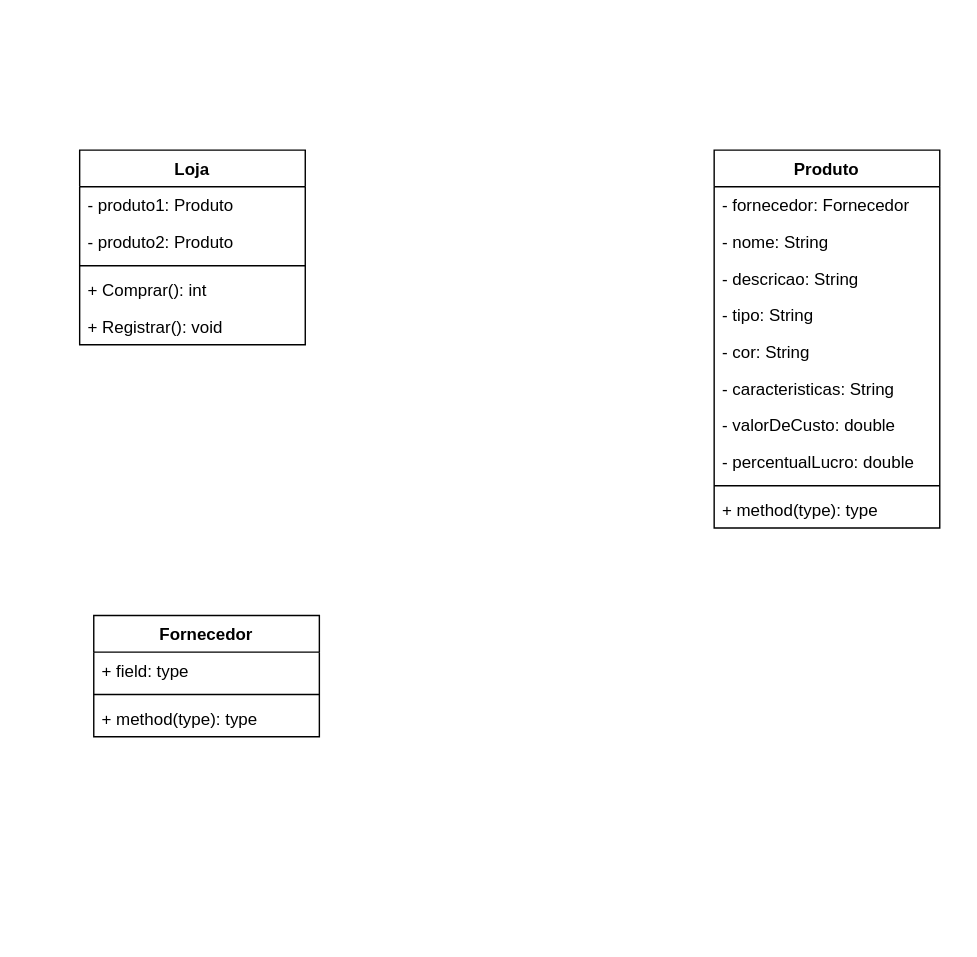
The draw.io diagram PASatv1.drawio in Vitorir/Beecrowd, before the edit. Source tidied: cells renumbered, new cells numbered last; positions are measured from the earlier drawing's top-left corner, leaving out a move shared by most shapes. Both pictures are drawn from the tidied source at 141%, with x=0, y=0 at pixel (79, 149).
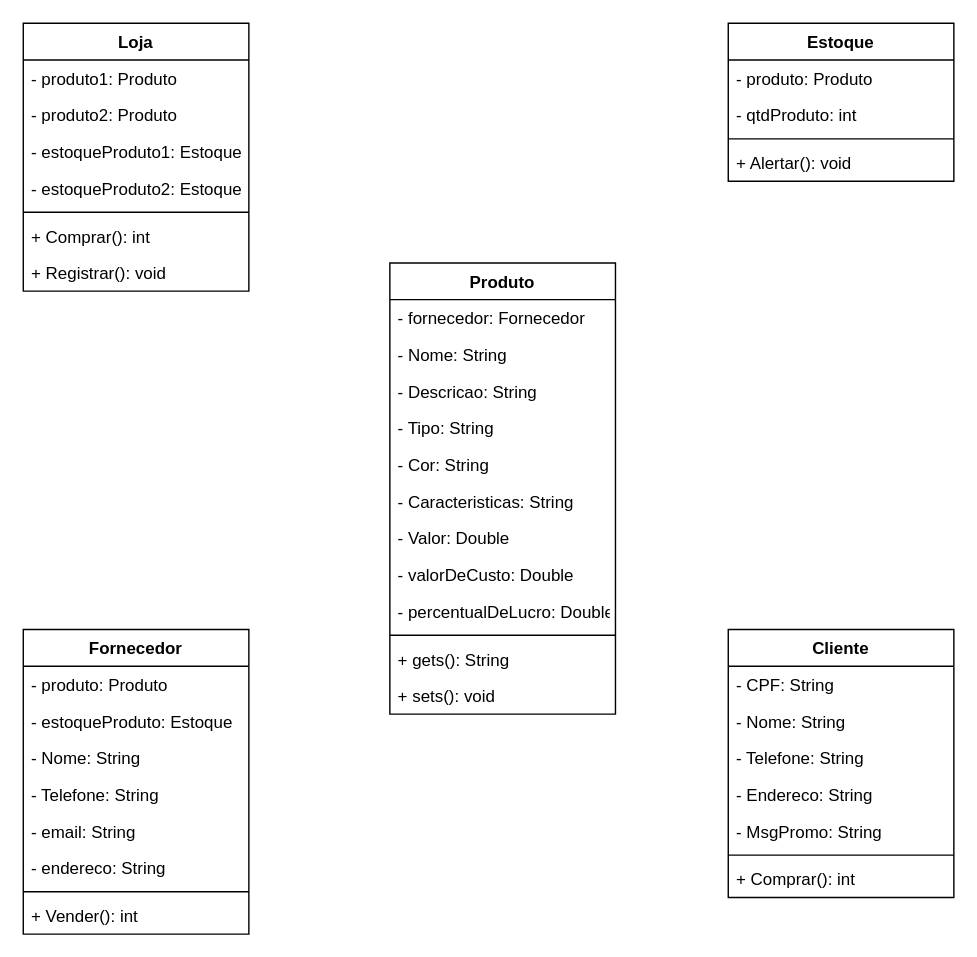
The same page after the edit.

Diff of the diagram source:
```diff
@@
     <mxCell id="2" value="Loja" style="swimlane;fontStyle=1;align=center;verticalAlign=top;horizontal=1;startSize=26;" parent="1" vertex="1">
-      <mxGeometry width="160" height="138" as="geometry" />
+      <mxGeometry x="-40" y="-90" width="160" height="190" as="geometry" />
     </mxCell>
@@
+    <mxCell id="23" value="- estoqueProduto1: Estoque" style="text;strokeColor=none;fillColor=none;align=left;verticalAlign=top;spacingLeft=4;spacingRight=4;overflow=hidden;" parent="2" vertex="1">
+      <mxGeometry y="78" width="160" height="26" as="geometry" />
+    </mxCell>
+    <mxCell id="24" value="- estoqueProduto2: Estoque" style="text;strokeColor=none;fillColor=none;align=left;verticalAlign=top;spacingLeft=4;spacingRight=4;overflow=hidden;" parent="2" vertex="1">
+      <mxGeometry y="104" width="160" height="26" as="geometry" />
+    </mxCell>
     <mxCell id="5" style="line;strokeWidth=1;fillColor=none;align=left;verticalAlign=middle;spacingTop=-1;spacingLeft=3;spacingRight=3;labelPosition=right;" parent="2" vertex="1">
-      <mxGeometry y="78" width="160" height="8" as="geometry" />
+      <mxGeometry y="130" width="160" height="8" as="geometry" />
     </mxCell>
     <mxCell id="6" value="+ Comprar(): int" style="text;strokeColor=none;fillColor=none;align=left;verticalAlign=top;spacingLeft=4;spacingRight=4;overflow=hidden;" parent="2" vertex="1">
-      <mxGeometry y="86" width="160" height="26" as="geometry" />
+      <mxGeometry y="138" width="160" height="26" as="geometry" />
     </mxCell>
     <mxCell id="7" value="+ Registrar(): void" style="text;strokeColor=none;fillColor=none;align=left;verticalAlign=top;spacingLeft=4;spacingRight=4;overflow=hidden;" parent="2" vertex="1">
-      <mxGeometry y="112" width="160" height="26" as="geometry" />
+      <mxGeometry y="164" width="160" height="26" as="geometry" />
     </mxCell>
+    <mxCell id="19" value="Fornecedor" style="swimlane;fontStyle=1;align=center;verticalAlign=top;horizontal=1;startSize=26;" parent="1" vertex="1">
+      <mxGeometry x="-40" y="340" width="160" height="216" as="geometry" />
+    </mxCell>
+    <mxCell id="20" value="- produto: Produto" style="text;strokeColor=none;fillColor=none;align=left;verticalAlign=top;spacingLeft=4;spacingRight=4;overflow=hidden;" parent="19" vertex="1">
+      <mxGeometry y="26" width="160" height="26" as="geometry" />
+    </mxCell>
+    <mxCell id="25" value="- estoqueProduto: Estoque" style="text;strokeColor=none;fillColor=none;align=left;verticalAlign=top;spacingLeft=4;spacingRight=4;overflow=hidden;" parent="19" vertex="1">
+      <mxGeometry y="52" width="160" height="26" as="geometry" />
+    </mxCell>
+    <mxCell id="26" value="- Nome: String" style="text;strokeColor=none;fillColor=none;align=left;verticalAlign=top;spacingLeft=4;spacingRight=4;overflow=hidden;" parent="19" vertex="1">
+      <mxGeometry y="78" width="160" height="26" as="geometry" />
+    </mxCell>
+    <mxCell id="27" value="- Telefone: String" style="text;strokeColor=none;fillColor=none;align=left;verticalAlign=top;spacingLeft=4;spacingRight=4;overflow=hidden;" parent="19" vertex="1">
+      <mxGeometry y="104" width="160" height="26" as="geometry" />
+    </mxCell>
+    <mxCell id="28" value="- email: String" style="text;strokeColor=none;fillColor=none;align=left;verticalAlign=top;spacingLeft=4;spacingRight=4;overflow=hidden;" parent="19" vertex="1">
+      <mxGeometry y="130" width="160" height="26" as="geometry" />
+    </mxCell>
+    <mxCell id="29" value="- endereco: String" style="text;strokeColor=none;fillColor=none;align=left;verticalAlign=top;spacingLeft=4;spacingRight=4;overflow=hidden;" parent="19" vertex="1">
+      <mxGeometry y="156" width="160" height="26" as="geometry" />
+    </mxCell>
+    <mxCell id="21" style="line;strokeWidth=1;fillColor=none;align=left;verticalAlign=middle;spacingTop=-1;spacingLeft=3;spacingRight=3;labelPosition=right;" parent="19" vertex="1">
+      <mxGeometry y="182" width="160" height="8" as="geometry" />
+    </mxCell>
+    <mxCell id="22" value="+ Vender(): int" style="text;strokeColor=none;fillColor=none;align=left;verticalAlign=top;spacingLeft=4;spacingRight=4;overflow=hidden;" parent="19" vertex="1">
+      <mxGeometry y="190" width="160" height="26" as="geometry" />
+    </mxCell>
-    <mxCell id="8" value="Produto&#10;" style="swimlane;fontStyle=1;align=center;verticalAlign=top;horizontal=1;startSize=26;" parent="1" vertex="1">
-      <mxGeometry x="450" width="160" height="268" as="geometry" />
+    <mxCell id="8" value="Produto" style="swimlane;fontStyle=1;align=center;verticalAlign=top;horizontal=1;startSize=26;" parent="1" vertex="1">
+      <mxGeometry x="220" y="80" width="160" height="320" as="geometry" />
     </mxCell>
-    <mxCell id="9" value="- fornecedor: Fornecedor" style="text;strokeColor=none;fillColor=none;align=left;verticalAlign=top;spacingLeft=4;spacingRight=4;overflow=hidden;" parent="8" vertex="1">
+    <mxCell id="9" value="- fornecedor: Fornecedor&#10;" style="text;strokeColor=none;fillColor=none;align=left;verticalAlign=top;spacingLeft=4;spacingRight=4;overflow=hidden;" parent="8" vertex="1">
       <mxGeometry y="26" width="160" height="26" as="geometry" />
     </mxCell>
-    <mxCell id="10" value="- nome: String" style="text;strokeColor=none;fillColor=none;align=left;verticalAlign=top;spacingLeft=4;spacingRight=4;overflow=hidden;" parent="8" vertex="1">
-      <mxGeometry y="52" width="160" height="26" as="geometry" />
-    </mxCell>
-    <mxCell id="11" value="- descricao: String" style="text;strokeColor=none;fillColor=none;align=left;verticalAlign=top;spacingLeft=4;spacingRight=4;overflow=hidden;" parent="8" vertex="1">
-      <mxGeometry y="78" width="160" height="26" as="geometry" />
-    </mxCell>
-    <mxCell id="12" value="- tipo: String" style="text;strokeColor=none;fillColor=none;align=left;verticalAlign=top;spacingLeft=4;spacingRight=4;overflow=hidden;" parent="8" vertex="1">
-      <mxGeometry y="104" width="160" height="26" as="geometry" />
-    </mxCell>
-    <mxCell id="13" value="- cor: String" style="text;strokeColor=none;fillColor=none;align=left;verticalAlign=top;spacingLeft=4;spacingRight=4;overflow=hidden;" parent="8" vertex="1">
-      <mxGeometry y="130" width="160" height="26" as="geometry" />
-    </mxCell>
-    <mxCell id="14" value="- caracteristicas: String" style="text;strokeColor=none;fillColor=none;align=left;verticalAlign=top;spacingLeft=4;spacingRight=4;overflow=hidden;" parent="8" vertex="1">
-      <mxGeometry y="156" width="160" height="26" as="geometry" />
-    </mxCell>
-    <mxCell id="15" value="- valorDeCusto: double" style="text;strokeColor=none;fillColor=none;align=left;verticalAlign=top;spacingLeft=4;spacingRight=4;overflow=hidden;" parent="8" vertex="1">
-      <mxGeometry y="182" width="160" height="26" as="geometry" />
-    </mxCell>
-    <mxCell id="16" value="- percentualLucro: double" style="text;strokeColor=none;fillColor=none;align=left;verticalAlign=top;spacingLeft=4;spacingRight=4;overflow=hidden;" parent="8" vertex="1">
-      <mxGeometry y="208" width="160" height="26" as="geometry" />
-    </mxCell>
-    <mxCell id="17" style="line;strokeWidth=1;fillColor=none;align=left;verticalAlign=middle;spacingTop=-1;spacingLeft=3;spacingRight=3;labelPosition=right;" parent="8" vertex="1">
-      <mxGeometry y="234" width="160" height="8" as="geometry" />
-    </mxCell>
-    <mxCell id="18" value="+ method(type): type" style="text;strokeColor=none;fillColor=none;align=left;verticalAlign=top;spacingLeft=4;spacingRight=4;overflow=hidden;" parent="8" vertex="1">
-      <mxGeometry y="242" width="160" height="26" as="geometry" />
-    </mxCell>
-    <mxCell id="19" value="Fornecedor" style="swimlane;fontStyle=1;align=center;verticalAlign=top;horizontal=1;startSize=26;" parent="1" vertex="1">
-      <mxGeometry x="10" y="330" width="160" height="86" as="geometry" />
-    </mxCell>
-    <mxCell id="20" value="+ field: type" style="text;strokeColor=none;fillColor=none;align=left;verticalAlign=top;spacingLeft=4;spacingRight=4;overflow=hidden;" parent="19" vertex="1">
-      <mxGeometry y="26" width="160" height="26" as="geometry" />
-    </mxCell>
-    <mxCell id="21" style="line;strokeWidth=1;fillColor=none;align=left;verticalAlign=middle;spacingTop=-1;spacingLeft=3;spacingRight=3;labelPosition=right;" parent="19" vertex="1">
-      <mxGeometry y="52" width="160" height="8" as="geometry" />
-    </mxCell>
-    <mxCell id="22" value="+ method(type): type" style="text;strokeColor=none;fillColor=none;align=left;verticalAlign=top;spacingLeft=4;spacingRight=4;overflow=hidden;" parent="19" vertex="1">
-      <mxGeometry y="60" width="160" height="26" as="geometry" />
-    </mxCell>
+    <mxCell id="30" value="- Nome: String&#10;" style="text;strokeColor=none;fillColor=none;align=left;verticalAlign=top;spacingLeft=4;spacingRight=4;overflow=hidden;" parent="8" vertex="1">
+      <mxGeometry y="52" width="160" height="26" as="geometry" />
+    </mxCell>
+    <mxCell id="31" value="- Descricao: String" style="text;strokeColor=none;fillColor=none;align=left;verticalAlign=top;spacingLeft=4;spacingRight=4;overflow=hidden;" parent="8" vertex="1">
+      <mxGeometry y="78" width="160" height="26" as="geometry" />
+    </mxCell>
+    <mxCell id="32" value="- Tipo: String" style="text;strokeColor=none;fillColor=none;align=left;verticalAlign=top;spacingLeft=4;spacingRight=4;overflow=hidden;" parent="8" vertex="1">
+      <mxGeometry y="104" width="160" height="26" as="geometry" />
+    </mxCell>
+    <mxCell id="33" value="- Cor: String" style="text;strokeColor=none;fillColor=none;align=left;verticalAlign=top;spacingLeft=4;spacingRight=4;overflow=hidden;" parent="8" vertex="1">
+      <mxGeometry y="130" width="160" height="26" as="geometry" />
+    </mxCell>
+    <mxCell id="34" value="- Caracteristicas: String" style="text;strokeColor=none;fillColor=none;align=left;verticalAlign=top;spacingLeft=4;spacingRight=4;overflow=hidden;" parent="8" vertex="1">
+      <mxGeometry y="156" width="160" height="26" as="geometry" />
+    </mxCell>
+    <mxCell id="35" value="- Valor: Double" style="text;strokeColor=none;fillColor=none;align=left;verticalAlign=top;spacingLeft=4;spacingRight=4;overflow=hidden;" parent="8" vertex="1">
+      <mxGeometry y="182" width="160" height="26" as="geometry" />
+    </mxCell>
+    <mxCell id="36" value="- valorDeCusto: Double" style="text;strokeColor=none;fillColor=none;align=left;verticalAlign=top;spacingLeft=4;spacingRight=4;overflow=hidden;" parent="8" vertex="1">
+      <mxGeometry y="208" width="160" height="26" as="geometry" />
+    </mxCell>
+    <mxCell id="37" value="- percentualDeLucro: Double" style="text;strokeColor=none;fillColor=none;align=left;verticalAlign=top;spacingLeft=4;spacingRight=4;overflow=hidden;" parent="8" vertex="1">
+      <mxGeometry y="234" width="160" height="26" as="geometry" />
+    </mxCell>
+    <mxCell id="38" style="line;strokeWidth=1;fillColor=none;align=left;verticalAlign=middle;spacingTop=-1;spacingLeft=3;spacingRight=3;labelPosition=right;" parent="8" vertex="1">
+      <mxGeometry y="260" width="160" height="8" as="geometry" />
+    </mxCell>
+    <mxCell id="39" value="+ gets(): String" style="text;strokeColor=none;fillColor=none;align=left;verticalAlign=top;spacingLeft=4;spacingRight=4;overflow=hidden;" parent="8" vertex="1">
+      <mxGeometry y="268" width="160" height="26" as="geometry" />
+    </mxCell>
+    <mxCell id="40" value="+ sets(): void" style="text;strokeColor=none;fillColor=none;align=left;verticalAlign=top;spacingLeft=4;spacingRight=4;overflow=hidden;" parent="8" vertex="1">
+      <mxGeometry y="294" width="160" height="26" as="geometry" />
+    </mxCell>
+    <mxCell id="41" value="Cliente" style="swimlane;fontStyle=1;align=center;verticalAlign=top;horizontal=1;startSize=26;" parent="1" vertex="1">
+      <mxGeometry x="460" y="340" width="160" height="190" as="geometry" />
+    </mxCell>
+    <mxCell id="42" value="- CPF: String" style="text;strokeColor=none;fillColor=none;align=left;verticalAlign=top;spacingLeft=4;spacingRight=4;overflow=hidden;" parent="41" vertex="1">
+      <mxGeometry y="26" width="160" height="26" as="geometry" />
+    </mxCell>
+    <mxCell id="43" value="- Nome: String" style="text;strokeColor=none;fillColor=none;align=left;verticalAlign=top;spacingLeft=4;spacingRight=4;overflow=hidden;" parent="41" vertex="1">
+      <mxGeometry y="52" width="160" height="26" as="geometry" />
+    </mxCell>
+    <mxCell id="44" value="- Telefone: String" style="text;strokeColor=none;fillColor=none;align=left;verticalAlign=top;spacingLeft=4;spacingRight=4;overflow=hidden;" parent="41" vertex="1">
+      <mxGeometry y="78" width="160" height="26" as="geometry" />
+    </mxCell>
+    <mxCell id="45" value="- Endereco: String" style="text;strokeColor=none;fillColor=none;align=left;verticalAlign=top;spacingLeft=4;spacingRight=4;overflow=hidden;" parent="41" vertex="1">
+      <mxGeometry y="104" width="160" height="26" as="geometry" />
+    </mxCell>
+    <mxCell id="46" value="- MsgPromo: String" style="text;strokeColor=none;fillColor=none;align=left;verticalAlign=top;spacingLeft=4;spacingRight=4;overflow=hidden;" parent="41" vertex="1">
+      <mxGeometry y="130" width="160" height="26" as="geometry" />
+    </mxCell>
+    <mxCell id="47" style="line;strokeWidth=1;fillColor=none;align=left;verticalAlign=middle;spacingTop=-1;spacingLeft=3;spacingRight=3;labelPosition=right;" parent="41" vertex="1">
+      <mxGeometry y="156" width="160" height="8" as="geometry" />
+    </mxCell>
+    <mxCell id="48" value="+ Comprar(): int" style="text;strokeColor=none;fillColor=none;align=left;verticalAlign=top;spacingLeft=4;spacingRight=4;overflow=hidden;" parent="41" vertex="1">
+      <mxGeometry y="164" width="160" height="26" as="geometry" />
+    </mxCell>
+    <mxCell id="49" value="Estoque" style="swimlane;fontStyle=1;align=center;verticalAlign=top;horizontal=1;startSize=26;" parent="1" vertex="1">
+      <mxGeometry x="460" y="-90" width="160" height="112" as="geometry" />
+    </mxCell>
+    <mxCell id="50" value="- produto: Produto" style="text;strokeColor=none;fillColor=none;align=left;verticalAlign=top;spacingLeft=4;spacingRight=4;overflow=hidden;" parent="49" vertex="1">
+      <mxGeometry y="26" width="160" height="26" as="geometry" />
+    </mxCell>
+    <mxCell id="51" value="- qtdProduto: int" style="text;strokeColor=none;fillColor=none;align=left;verticalAlign=top;spacingLeft=4;spacingRight=4;overflow=hidden;" parent="49" vertex="1">
+      <mxGeometry y="52" width="160" height="26" as="geometry" />
+    </mxCell>
+    <mxCell id="52" style="line;strokeWidth=1;fillColor=none;align=left;verticalAlign=middle;spacingTop=-1;spacingLeft=3;spacingRight=3;labelPosition=right;" parent="49" vertex="1">
+      <mxGeometry y="78" width="160" height="8" as="geometry" />
+    </mxCell>
+    <mxCell id="53" value="+ Alertar(): void" style="text;strokeColor=none;fillColor=none;align=left;verticalAlign=top;spacingLeft=4;spacingRight=4;overflow=hidden;" parent="49" vertex="1">
+      <mxGeometry y="86" width="160" height="26" as="geometry" />
+    </mxCell>
```
